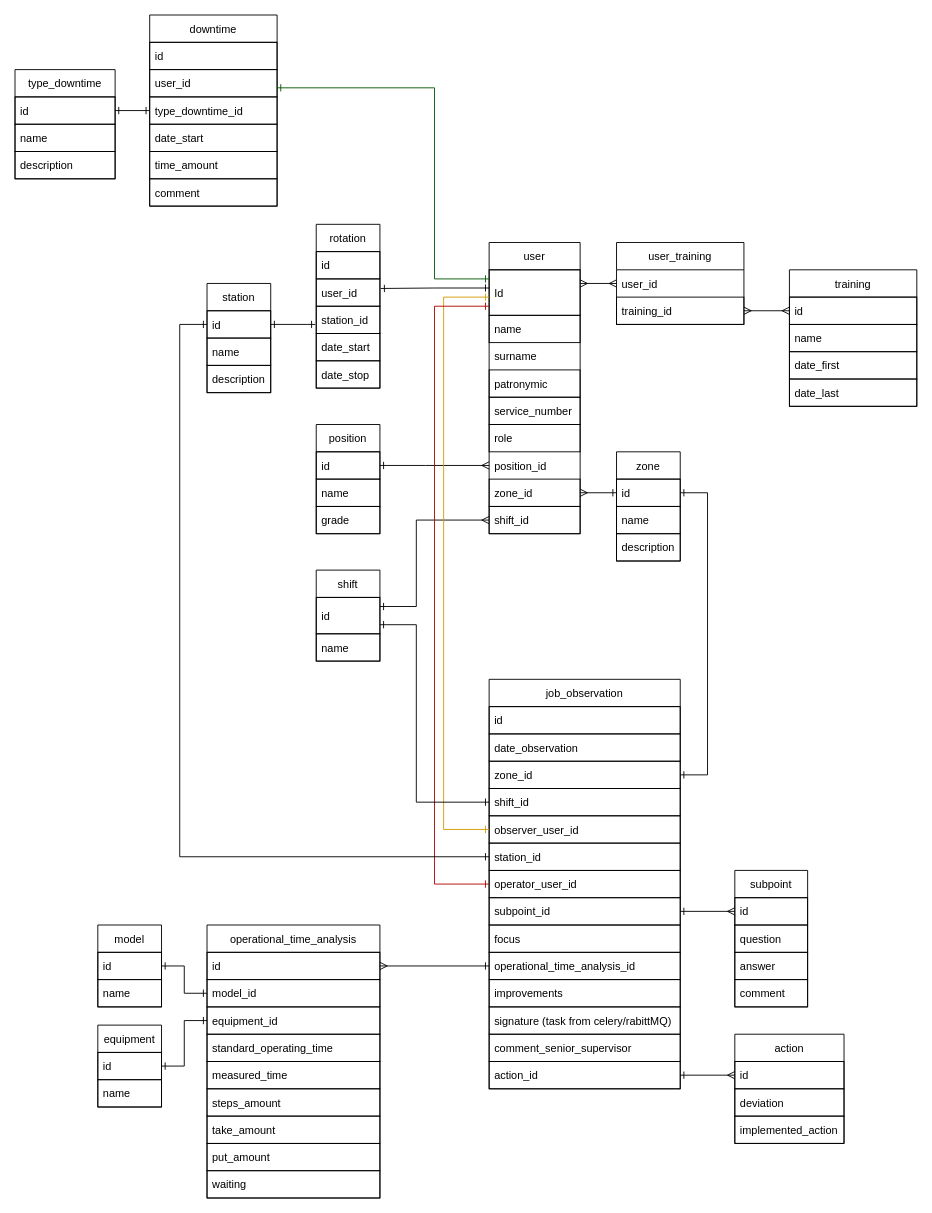
The draw.io diagram back/db_erd.drawio in Lookin44/crm-car-manufacturing, before the edit. Source tidied: cells renumbered, new cells numbered last; positions are measured from the earlier drawing's top-left corner, leaving out a move shared by most shapes. Both pictures are drawn from the tidied source at 91%, with x=0, y=0 at pixel (15, 15).
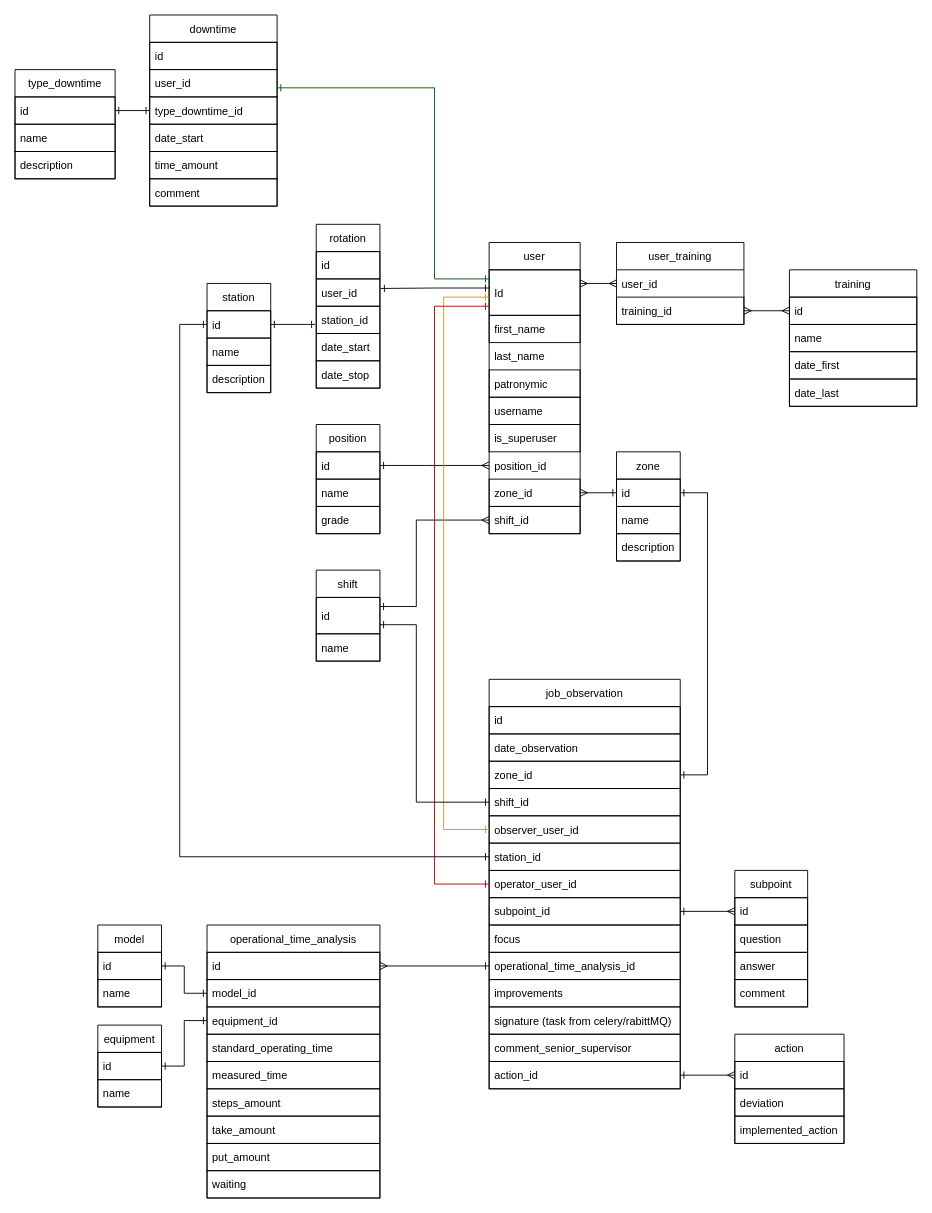
Above is the later version.

Unchanged cells that the change refers to:
```xml
<mxCell id="2" value="user" style="swimlane;fontStyle=0;horizontal=1;startSize=30;" parent="1" vertex="1">
  <mxGeometry x="521" y="250" width="100" height="320" as="geometry" />
</mxCell>
```

What changed in the source:
```diff
@@
-    <mxCell id="4" value="name" style="text;strokeColor=default;fillColor=none;align=left;verticalAlign=middle;spacingLeft=4;spacingRight=4;overflow=hidden;" parent="2" vertex="1">
+    <mxCell id="4" value="first_name" style="text;strokeColor=default;fillColor=none;align=left;verticalAlign=middle;spacingLeft=4;spacingRight=4;overflow=hidden;" parent="2" vertex="1">
       <mxGeometry y="80" width="100" height="30" as="geometry" />
     </mxCell>
-    <mxCell id="5" value="surname" style="text;strokeColor=none;fillColor=none;align=left;verticalAlign=middle;spacingLeft=4;spacingRight=4;overflow=hidden;" parent="2" vertex="1">
+    <mxCell id="5" value="last_name" style="text;strokeColor=none;fillColor=none;align=left;verticalAlign=middle;spacingLeft=4;spacingRight=4;overflow=hidden;" parent="2" vertex="1">
       <mxGeometry y="110" width="100" height="30" as="geometry" />
     </mxCell>
@@
-    <mxCell id="7" value="service_number" style="text;strokeColor=default;fillColor=none;align=left;verticalAlign=middle;spacingLeft=4;spacingRight=4;overflow=hidden;" parent="2" vertex="1">
+    <mxCell id="7" value="username" style="text;strokeColor=default;fillColor=none;align=left;verticalAlign=middle;spacingLeft=4;spacingRight=4;overflow=hidden;" parent="2" vertex="1">
       <mxGeometry y="170" width="100" height="30" as="geometry" />
     </mxCell>
-    <mxCell id="8" value="role" style="text;strokeColor=default;fillColor=none;align=left;verticalAlign=middle;spacingLeft=4;spacingRight=4;overflow=hidden;" parent="2" vertex="1">
+    <mxCell id="8" value="is_superuser" style="text;strokeColor=default;fillColor=none;align=left;verticalAlign=middle;spacingLeft=4;spacingRight=4;overflow=hidden;" parent="2" vertex="1">
       <mxGeometry y="200" width="100" height="30" as="geometry" />
     </mxCell>
```
